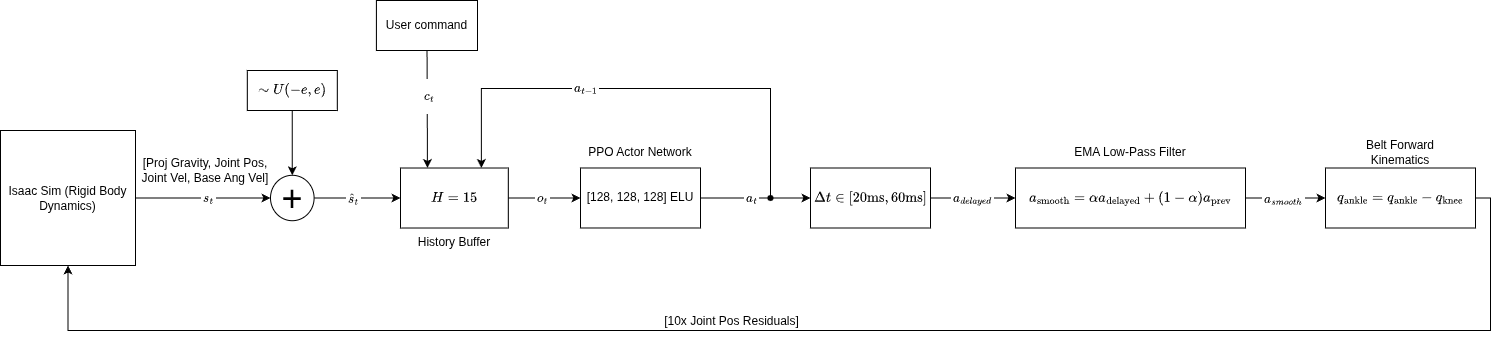
adamhaze8/portfolio_website keeps this draw.io diagram as images/training_flowchart.png. Above is the earlier version. Source tidied: cells renumbered, new cells last; positions are measured from the earlier drawing's top-left corner, leaving out a move shared by most shapes. Source of this version:
```xml
<mxGraphModel math="1">
  <root>
    <mxCell id="0" />
    <mxCell id="1" parent="0" />
    <mxCell id="2" style="edgeStyle=orthogonalEdgeStyle;rounded=0;jettySize=auto;html=1;" parent="1" edge="1" source="4" target="7">
      <mxGeometry relative="1" as="geometry" />
    </mxCell>
    <mxCell id="3" value="$${s}_t$$" style="edgeLabel;html=1;align=center;verticalAlign=middle;" parent="2" vertex="1">
      <mxGeometry x="0.2" relative="1" as="geometry">
        <mxPoint x="-9" as="offset" />
      </mxGeometry>
    </mxCell>
    <mxCell id="4" value="Isaac Sim (Rigid Body Dynamics)" style="whiteSpace=wrap;html=1;" parent="1" vertex="1">
      <mxGeometry y="130" width="135" height="135" as="geometry" />
    </mxCell>
    <mxCell id="5" style="edgeStyle=orthogonalEdgeStyle;rounded=0;jettySize=auto;html=1;" parent="1" edge="1" source="7" target="13">
      <mxGeometry relative="1" as="geometry" />
    </mxCell>
    <mxCell id="6" value="$$\hat{s}_t$$" style="edgeLabel;html=1;align=center;verticalAlign=middle;" parent="5" vertex="1">
      <mxGeometry x="-0.44" y="2" relative="1" as="geometry">
        <mxPoint x="15" y="2" as="offset" />
      </mxGeometry>
    </mxCell>
    <mxCell id="7" value="&lt;font style=&quot;font-size: 36px;&quot;&gt;+&lt;/font&gt;" style="ellipse;whiteSpace=wrap;html=1;" parent="1" vertex="1">
      <mxGeometry x="270" y="174.8" width="43.6" height="45.4" as="geometry" />
    </mxCell>
    <mxCell id="8" style="edgeStyle=orthogonalEdgeStyle;rounded=0;jettySize=auto;html=1;" parent="1" edge="1" source="9" target="7">
      <mxGeometry relative="1" as="geometry" />
    </mxCell>
    <mxCell id="9" value="&lt;span class=&quot;math-inline&quot; style=&quot;font-family: &amp;quot;Google Sans Text&amp;quot;, sans-serif !important; line-height: 1.15 !important; margin-top: 0px !important;&quot;&gt;$$\sim U(-e, e)$$&lt;/span&gt;" style="rounded=0;whiteSpace=wrap;html=1;" parent="1" vertex="1">
      <mxGeometry x="246.8" y="70" width="90" height="40" as="geometry" />
    </mxCell>
    <mxCell id="10" value="[Proj Gravity, Joint Pos, Joint Vel, Base Ang Vel]" style="text;html=1;whiteSpace=wrap;strokeColor=none;fillColor=none;align=center;verticalAlign=middle;rounded=0;" parent="1" vertex="1">
      <mxGeometry x="135" y="155" width="140" height="30" as="geometry" />
    </mxCell>
    <mxCell id="11" style="edgeStyle=orthogonalEdgeStyle;rounded=0;jettySize=auto;html=1;" parent="1" edge="1" source="13" target="16">
      <mxGeometry relative="1" as="geometry" />
    </mxCell>
    <mxCell id="12" value="$${o}_t$$" style="edgeLabel;html=1;align=center;verticalAlign=middle;" parent="11" vertex="1">
      <mxGeometry x="-0.05" relative="1" as="geometry" />
    </mxCell>
    <mxCell id="13" value="&lt;span class=&quot;math-inline&quot; style=&quot;font-family: &amp;quot;Google Sans Text&amp;quot;, sans-serif !important; line-height: 1.15 !important; margin-top: 0px !important;&quot;&gt;$$H=15$$&lt;/span&gt;" style="whiteSpace=wrap;html=1;" parent="1" vertex="1">
      <mxGeometry x="400" y="167.5" width="107.8" height="60" as="geometry" />
    </mxCell>
    <mxCell id="14" style="edgeStyle=orthogonalEdgeStyle;rounded=0;jettySize=auto;html=1;" parent="1" edge="1" source="16" target="20">
      <mxGeometry relative="1" as="geometry" />
    </mxCell>
    <mxCell id="15" value="$${a}_t$$" style="edgeLabel;html=1;align=center;verticalAlign=middle;" parent="14" vertex="1">
      <mxGeometry x="-0.2" y="-1" relative="1" as="geometry">
        <mxPoint x="6" y="-1" as="offset" />
      </mxGeometry>
    </mxCell>
    <mxCell id="16" value="[128, 128, 128] ELU" style="whiteSpace=wrap;html=1;" parent="1" vertex="1">
      <mxGeometry x="580" y="167.5" width="120" height="60" as="geometry" />
    </mxCell>
    <mxCell id="17" value="PPO Actor Network" style="text;html=1;whiteSpace=wrap;strokeColor=none;fillColor=none;align=center;verticalAlign=middle;rounded=0;" parent="1" vertex="1">
      <mxGeometry x="575" y="137.5" width="130" height="30" as="geometry" />
    </mxCell>
    <mxCell id="18" style="edgeStyle=orthogonalEdgeStyle;rounded=0;jettySize=auto;html=1;" parent="1" edge="1" source="20" target="24">
      <mxGeometry relative="1" as="geometry" />
    </mxCell>
    <mxCell id="19" value="$${a}_{delayed}$$" style="edgeLabel;html=1;align=center;verticalAlign=middle;" parent="18" vertex="1">
      <mxGeometry x="0.12" y="1" relative="1" as="geometry">
        <mxPoint x="-7" y="1" as="offset" />
      </mxGeometry>
    </mxCell>
    <mxCell id="20" value="$$\Delta t \in [20\text{ms}, 60\text{ms}]$$" style="whiteSpace=wrap;html=1;" parent="1" vertex="1">
      <mxGeometry x="810" y="167.5" width="120" height="60" as="geometry" />
    </mxCell>
    <mxCell id="21" value="History Buffer" style="text;html=1;whiteSpace=wrap;strokeColor=none;fillColor=none;align=center;verticalAlign=middle;rounded=0;" parent="1" vertex="1">
      <mxGeometry x="413.9" y="227.5" width="80" height="30" as="geometry" />
    </mxCell>
    <mxCell id="22" style="edgeStyle=orthogonalEdgeStyle;rounded=0;jettySize=auto;html=1;" parent="1" edge="1" source="24" target="28">
      <mxGeometry relative="1" as="geometry" />
    </mxCell>
    <mxCell id="23" value="$${a}_{smooth}$$" style="edgeLabel;html=1;align=center;verticalAlign=middle;" parent="22" vertex="1">
      <mxGeometry x="-0.08" y="-1" relative="1" as="geometry" />
    </mxCell>
    <mxCell id="24" value="$$a_{\text{smooth}} = \alpha a_{\text{delayed}} + (1-\alpha)a_{\text{prev}}$$" style="whiteSpace=wrap;html=1;" parent="1" vertex="1">
      <mxGeometry x="1015" y="167.5" width="230" height="60" as="geometry" />
    </mxCell>
    <mxCell id="25" value="EMA Low-Pass Filter" style="text;html=1;whiteSpace=wrap;strokeColor=none;fillColor=none;align=center;verticalAlign=middle;rounded=0;" parent="1" vertex="1">
      <mxGeometry x="1065" y="137.5" width="130" height="30" as="geometry" />
    </mxCell>
    <mxCell id="26" style="edgeStyle=orthogonalEdgeStyle;rounded=0;jettySize=auto;html=1;entryX=0.5;entryY=1;entryDx=0;entryDy=0;" parent="1" edge="1" source="28" target="4">
      <mxGeometry relative="1" as="geometry">
        <Array as="points">
          <mxPoint x="1490" y="198" />
          <mxPoint x="1490" y="330" />
          <mxPoint x="68" y="330" />
        </Array>
      </mxGeometry>
    </mxCell>
    <mxCell id="27" value="&lt;font style=&quot;font-size: 12px;&quot;&gt;[10x Joint Pos Residuals]&lt;/font&gt;" style="edgeLabel;html=1;align=center;verticalAlign=middle;" parent="26" vertex="1">
      <mxGeometry x="0.04" relative="1" as="geometry">
        <mxPoint x="-54" y="-10" as="offset" />
      </mxGeometry>
    </mxCell>
    <mxCell id="28" value="&lt;span class=&quot;math-inline&quot; style=&quot;font-family: &amp;quot;Google Sans Text&amp;quot;, sans-serif !important; line-height: 1.15 !important; margin-top: 0px !important;&quot;&gt;$$q_{\text{ankle}} = q_{\text{ankle}} - q_{\text{knee}}$$&lt;/span&gt;" style="whiteSpace=wrap;html=1;" parent="1" vertex="1">
      <mxGeometry x="1325" y="167.5" width="150" height="60" as="geometry" />
    </mxCell>
    <mxCell id="29" value="Belt Forward Kinematics" style="text;html=1;whiteSpace=wrap;strokeColor=none;fillColor=none;align=center;verticalAlign=middle;rounded=0;" parent="1" vertex="1">
      <mxGeometry x="1360" y="137.5" width="80" height="30" as="geometry" />
    </mxCell>
    <mxCell id="30" style="edgeStyle=none;rounded=0;jettySize=auto;html=1;entryX=0.25;entryY=0;entryDx=0;entryDy=0;" parent="1" edge="1" source="32" target="13">
      <mxGeometry relative="1" as="geometry" />
    </mxCell>
    <mxCell id="31" value="$$c_t$$" style="edgeLabel;html=1;align=center;verticalAlign=middle;" parent="30" vertex="1">
      <mxGeometry x="-0.22" y="2" relative="1" as="geometry" />
    </mxCell>
    <mxCell id="32" value="User command" style="rounded=0;whiteSpace=wrap;html=1;" parent="1" vertex="1">
      <mxGeometry x="375.9" width="101.1" height="50" as="geometry" />
    </mxCell>
    <mxCell id="33" style="edgeStyle=orthogonalEdgeStyle;rounded=0;jettySize=auto;html=1;entryX=0.75;entryY=0;entryDx=0;entryDy=0;exitX=0.7;exitY=0.125;exitDx=0;exitDy=0;exitPerimeter=0;" parent="1" edge="1" source="35" target="13">
      <mxGeometry relative="1" as="geometry">
        <Array as="points">
          <mxPoint x="770" y="88" />
          <mxPoint x="481" y="88" />
        </Array>
      </mxGeometry>
    </mxCell>
    <mxCell id="34" value="$$a_{t-1}$$" style="edgeLabel;html=1;align=center;verticalAlign=middle;" parent="33" vertex="1">
      <mxGeometry x="0.23" y="-1" relative="1" as="geometry" />
    </mxCell>
    <mxCell id="35" style="shape=waypoint;sketch=0;fillStyle=solid;size=6;points=[];fillColor=none;perimeter=centerPerimeter;snapToPoint=1;" parent="1" vertex="1">
      <mxGeometry x="760" y="187.5" width="20" height="20" as="geometry" />
    </mxCell>
  </root>
</mxGraphModel>
```
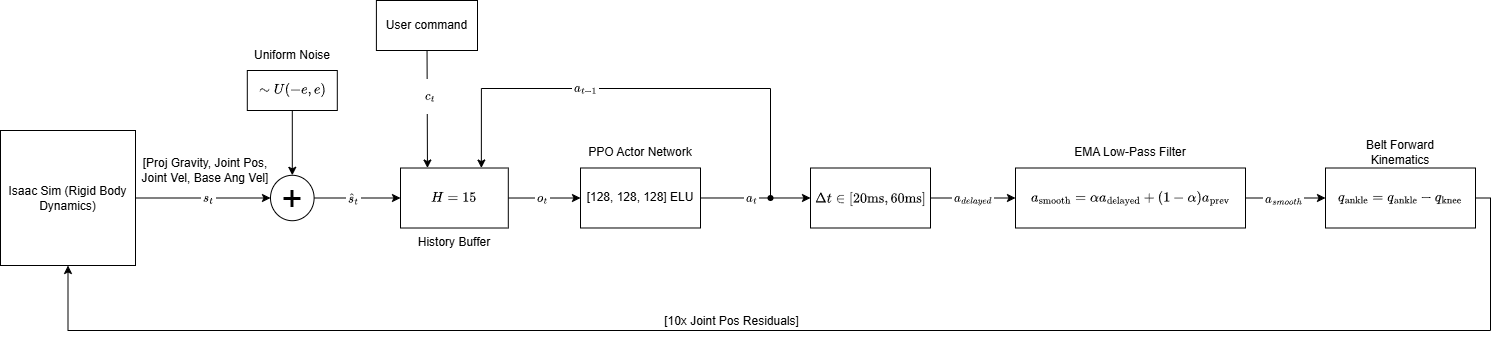
The same file after the commit.

What changed in the source:
```diff
@@ -125,5 +125,8 @@
     <mxCell id="35" style="shape=waypoint;sketch=0;fillStyle=solid;size=6;points=[];fillColor=none;perimeter=centerPerimeter;snapToPoint=1;" parent="1" vertex="1">
       <mxGeometry x="760" y="187.5" width="20" height="20" as="geometry" />
     </mxCell>
+    <mxCell id="36" value="Uniform Noise" style="text;html=1;whiteSpace=wrap;strokeColor=none;fillColor=none;align=center;verticalAlign=middle;rounded=0;" parent="1" vertex="1">
+      <mxGeometry x="251.8" y="40" width="80" height="30" as="geometry" />
+    </mxCell>
   </root>
 </mxGraphModel>
```
